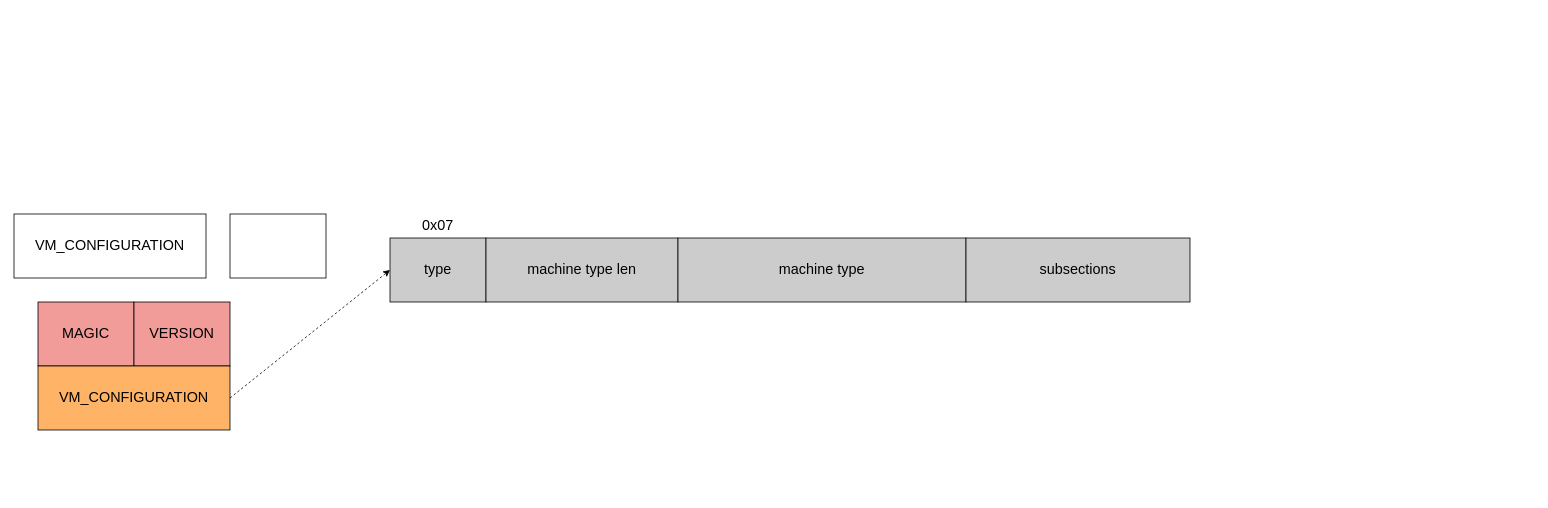
This is qemu-migration/vmstate.drawio from xuyizhe1999/drawio, a draw.io file, before an edit. Source tidied: cells renumbered, new cells numbered last; positions are measured from the earlier drawing's top-left corner, leaving out a move shared by most shapes. Both pictures are drawn from the tidied source at 80%, with x=0, y=0 at pixel (14, 214).
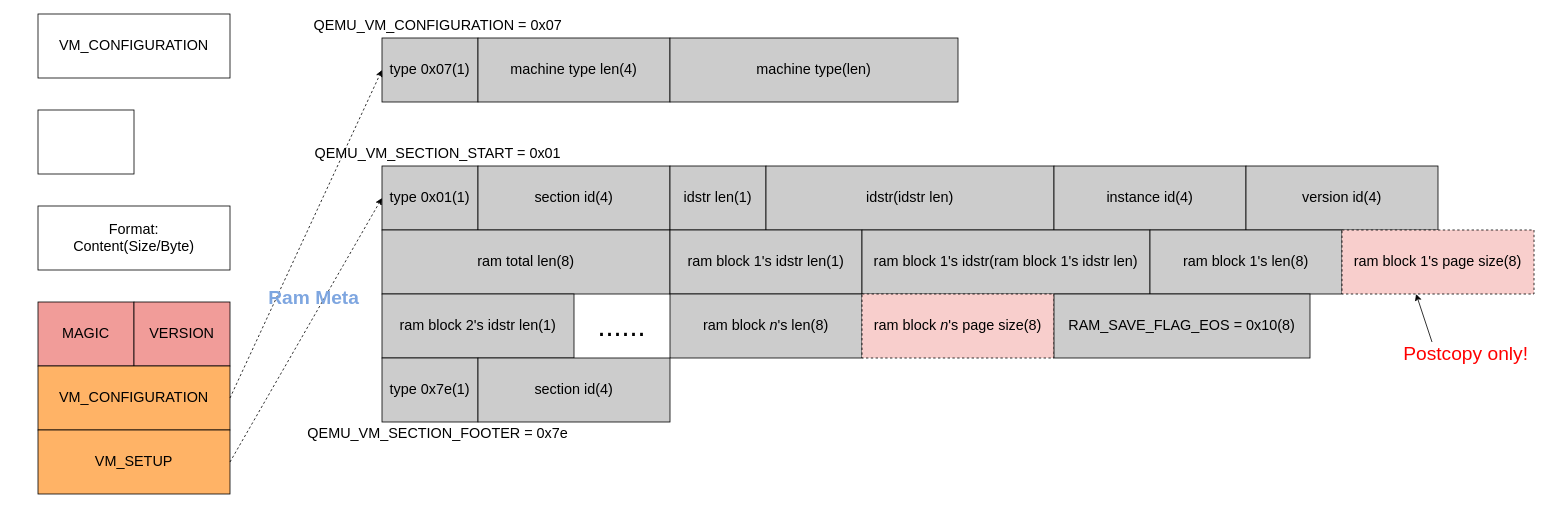
The same diagram, later.

Change to the diagram source:
```diff
@@
     <mxCell id="4" style="rounded=0;whiteSpace=wrap;html=1;" parent="1" vertex="1">
-      <mxGeometry x="270" width="120" height="80" as="geometry" />
+      <mxGeometry x="30" y="-130" width="120" height="80" as="geometry" />
     </mxCell>
@@
     <mxCell id="6" value="&lt;font style=&quot;font-size: 18px;&quot;&gt;VM_CONFIGURATION&lt;/font&gt;" style="rounded=0;whiteSpace=wrap;html=1;" parent="1" vertex="1">
-      <mxGeometry width="240" height="80" as="geometry" />
+      <mxGeometry x="30" y="-250" width="240" height="80" as="geometry" />
     </mxCell>
-    <mxCell id="7" value="type" style="rounded=0;whiteSpace=wrap;html=1;fontSize=18;fillColor=#CCCCCC;" parent="1" vertex="1">
-      <mxGeometry x="470" y="30" width="120" height="80" as="geometry" />
+    <mxCell id="7" value="type 0x07(1)" style="rounded=0;whiteSpace=wrap;html=1;fontSize=18;fillColor=#CCCCCC;" parent="1" vertex="1">
+      <mxGeometry x="460" y="-220" width="120" height="80" as="geometry" />
     </mxCell>
-    <mxCell id="8" value="0x07" style="text;html=1;strokeColor=none;fillColor=none;align=center;verticalAlign=middle;whiteSpace=wrap;rounded=0;fontSize=18;" parent="1" vertex="1">
-      <mxGeometry x="500" width="60" height="30" as="geometry" />
+    <mxCell id="8" value="QEMU_VM_CONFIGURATION = 0x07" style="text;html=1;strokeColor=none;fillColor=none;align=center;verticalAlign=middle;whiteSpace=wrap;rounded=0;fontSize=18;" parent="1" vertex="1">
+      <mxGeometry x="365" y="-250" width="330" height="30" as="geometry" />
     </mxCell>
-    <mxCell id="9" value="machine type len" style="rounded=0;whiteSpace=wrap;html=1;fontSize=18;fillColor=#CCCCCC;" parent="1" vertex="1">
-      <mxGeometry x="590" y="30" width="240" height="80" as="geometry" />
+    <mxCell id="9" value="machine type len(4)" style="rounded=0;whiteSpace=wrap;html=1;fontSize=18;fillColor=#CCCCCC;" parent="1" vertex="1">
+      <mxGeometry x="580" y="-220" width="240" height="80" as="geometry" />
     </mxCell>
-    <mxCell id="10" value="machine type" style="rounded=0;whiteSpace=wrap;html=1;fontSize=18;fillColor=#CCCCCC;" parent="1" vertex="1">
-      <mxGeometry x="830" y="30" width="360" height="80" as="geometry" />
+    <mxCell id="10" value="machine type(len)" style="rounded=0;whiteSpace=wrap;html=1;fontSize=18;fillColor=#CCCCCC;" parent="1" vertex="1">
+      <mxGeometry x="820" y="-220" width="360" height="80" as="geometry" />
     </mxCell>
-    <mxCell id="11" value="subsections" style="rounded=0;whiteSpace=wrap;html=1;fontSize=18;fillColor=#CCCCCC;" parent="1" vertex="1">
-      <mxGeometry x="1190" y="30" width="280" height="80" as="geometry" />
-    </mxCell>
@@
+    <mxCell id="13" value="&lt;font style=&quot;font-size: 18px;&quot;&gt;Format:&lt;br&gt;Content(Size/Byte)&lt;br&gt;&lt;/font&gt;" style="rounded=0;whiteSpace=wrap;html=1;" parent="1" vertex="1">
+      <mxGeometry x="30" y="-10" width="240" height="80" as="geometry" />
+    </mxCell>
+    <mxCell id="14" value="&lt;font style=&quot;font-size: 18px;&quot;&gt;VM_SETUP&lt;/font&gt;" style="rounded=0;whiteSpace=wrap;html=1;fillColor=#FFB366;" parent="1" vertex="1">
+      <mxGeometry x="30" y="270" width="240" height="80" as="geometry" />
+    </mxCell>
+    <mxCell id="15" value="type 0x01(1)" style="rounded=0;whiteSpace=wrap;html=1;fontSize=18;fillColor=#CCCCCC;" parent="1" vertex="1">
+      <mxGeometry x="460" y="-60" width="120" height="80" as="geometry" />
+    </mxCell>
+    <mxCell id="16" value="QEMU_VM_SECTION_START = 0x01" style="text;html=1;strokeColor=none;fillColor=none;align=center;verticalAlign=middle;whiteSpace=wrap;rounded=0;fontSize=18;" parent="1" vertex="1">
+      <mxGeometry x="360" y="-90" width="340" height="30" as="geometry" />
+    </mxCell>
+    <mxCell id="17" style="endArrow=classic;html=1;rounded=0;fontSize=18;entryX=0;entryY=0.5;entryDx=0;entryDy=0;dashed=1;exitX=1;exitY=0.5;exitDx=0;exitDy=0;" parent="1" edge="1" source="14" target="15">
+      <mxGeometry relative="1" as="geometry" />
+    </mxCell>
+    <mxCell id="18" value="section id(4)" style="rounded=0;whiteSpace=wrap;html=1;fontSize=18;fillColor=#CCCCCC;" parent="1" vertex="1">
+      <mxGeometry x="580" y="-60" width="240" height="80" as="geometry" />
+    </mxCell>
+    <mxCell id="19" value="idstr len(1)" style="rounded=0;whiteSpace=wrap;html=1;fontSize=18;fillColor=#CCCCCC;" parent="1" vertex="1">
+      <mxGeometry x="820" y="-60" width="120" height="80" as="geometry" />
+    </mxCell>
+    <mxCell id="20" value="idstr(idstr len)" style="rounded=0;whiteSpace=wrap;html=1;fontSize=18;fillColor=#CCCCCC;" parent="1" vertex="1">
+      <mxGeometry x="940" y="-60" width="360" height="80" as="geometry" />
+    </mxCell>
+    <mxCell id="21" value="instance id(4)" style="rounded=0;whiteSpace=wrap;html=1;fontSize=18;fillColor=#CCCCCC;" parent="1" vertex="1">
+      <mxGeometry x="1300" y="-60" width="240" height="80" as="geometry" />
+    </mxCell>
+    <mxCell id="22" value="version id(4)" style="rounded=0;whiteSpace=wrap;html=1;fontSize=18;fillColor=#CCCCCC;" parent="1" vertex="1">
+      <mxGeometry x="1540" y="-60" width="240" height="80" as="geometry" />
+    </mxCell>
+    <mxCell id="23" value="ram total len(8)" style="rounded=0;whiteSpace=wrap;html=1;fontSize=18;fillColor=#CCCCCC;" parent="1" vertex="1">
+      <mxGeometry x="460" y="20" width="360" height="80" as="geometry" />
+    </mxCell>
+    <mxCell id="24" value="&lt;b&gt;&lt;font style=&quot;font-size: 24px;&quot; color=&quot;#7ea6e0&quot;&gt;Ram Meta&lt;/font&gt;&lt;/b&gt;" style="text;html=1;strokeColor=none;fillColor=none;align=center;verticalAlign=middle;whiteSpace=wrap;rounded=0;fontSize=18;" parent="1" vertex="1">
+      <mxGeometry x="310" y="90" width="130" height="30" as="geometry" />
+    </mxCell>
+    <mxCell id="25" value="ram block 1's idstr len(1)" style="rounded=0;whiteSpace=wrap;html=1;fontSize=18;fillColor=#CCCCCC;" parent="1" vertex="1">
+      <mxGeometry x="820" y="20" width="240" height="80" as="geometry" />
+    </mxCell>
+    <mxCell id="26" value="ram block 1's idstr(ram block 1's idstr len)" style="rounded=0;whiteSpace=wrap;html=1;fontSize=18;fillColor=#CCCCCC;" parent="1" vertex="1">
+      <mxGeometry x="1060" y="20" width="360" height="80" as="geometry" />
+    </mxCell>
+    <mxCell id="27" value="ram block 1's len(8)" style="rounded=0;whiteSpace=wrap;html=1;fontSize=18;fillColor=#CCCCCC;" parent="1" vertex="1">
+      <mxGeometry x="1420" y="20" width="240" height="80" as="geometry" />
+    </mxCell>
+    <mxCell id="28" value="ram block 1's page size(8)" style="rounded=0;whiteSpace=wrap;html=1;fontSize=18;fillColor=#F8CECC;dashed=1;" parent="1" vertex="1">
+      <mxGeometry x="1660" y="20" width="240" height="80" as="geometry" />
+    </mxCell>
+    <mxCell id="29" value="&lt;font color=&quot;#ff0000&quot;&gt;Postcopy only!&lt;/font&gt;" style="text;html=1;strokeColor=none;fillColor=none;align=center;verticalAlign=middle;whiteSpace=wrap;rounded=0;fontSize=24;fontColor=#7EA6E0;" parent="1" vertex="1">
+      <mxGeometry x="1730" y="160" width="170" height="30" as="geometry" />
+    </mxCell>
+    <mxCell id="30" style="endArrow=classic;html=1;rounded=0;fontSize=24;fontColor=#FF0000;exitX=0.25;exitY=0;exitDx=0;exitDy=0;entryX=0.386;entryY=1;entryDx=0;entryDy=0;entryPerimeter=0;" parent="1" edge="1" source="29" target="28">
+      <mxGeometry relative="1" as="geometry" />
+    </mxCell>
+    <mxCell id="31" value="ram block 2's idstr len(1)" style="rounded=0;whiteSpace=wrap;html=1;fontSize=18;fillColor=#CCCCCC;" parent="1" vertex="1">
+      <mxGeometry x="460" y="100" width="240" height="80" as="geometry" />
+    </mxCell>
+    <mxCell id="32" value="&lt;font style=&quot;font-size: 36px;&quot; color=&quot;#000000&quot;&gt;......&lt;/font&gt;" style="text;html=1;strokeColor=none;fillColor=none;align=center;verticalAlign=middle;whiteSpace=wrap;rounded=0;fontSize=24;fontColor=#FF0000;" parent="1" vertex="1">
+      <mxGeometry x="730" y="125" width="60" height="30" as="geometry" />
+    </mxCell>
+    <mxCell id="33" value="ram block &lt;i&gt;n&lt;/i&gt;'s len(8)" style="rounded=0;whiteSpace=wrap;html=1;fontSize=18;fillColor=#CCCCCC;" parent="1" vertex="1">
+      <mxGeometry x="820" y="100" width="240" height="80" as="geometry" />
+    </mxCell>
+    <mxCell id="34" value="ram block &lt;i&gt;n&lt;/i&gt;'s page size(8)" style="rounded=0;whiteSpace=wrap;html=1;fontSize=18;fillColor=#F8CECC;dashed=1;" parent="1" vertex="1">
+      <mxGeometry x="1060" y="100" width="240" height="80" as="geometry" />
+    </mxCell>
+    <mxCell id="35" value="RAM_SAVE_FLAG_EOS = 0x10(8)" style="rounded=0;whiteSpace=wrap;html=1;fontSize=18;fillColor=#CCCCCC;" parent="1" vertex="1">
+      <mxGeometry x="1300" y="100" width="320" height="80" as="geometry" />
+    </mxCell>
+    <mxCell id="36" value="type 0x7e(1)" style="rounded=0;whiteSpace=wrap;html=1;fontSize=18;fillColor=#CCCCCC;" parent="1" vertex="1">
+      <mxGeometry x="460" y="180" width="120" height="80" as="geometry" />
+    </mxCell>
+    <mxCell id="37" value="QEMU_VM_SECTION_FOOTER = 0x7e" style="text;html=1;strokeColor=none;fillColor=none;align=center;verticalAlign=middle;whiteSpace=wrap;rounded=0;fontSize=18;" parent="1" vertex="1">
+      <mxGeometry x="360" y="260" width="340" height="30" as="geometry" />
+    </mxCell>
+    <mxCell id="38" value="section id(4)" style="rounded=0;whiteSpace=wrap;html=1;fontSize=18;fillColor=#CCCCCC;" parent="1" vertex="1">
+      <mxGeometry x="580" y="180" width="240" height="80" as="geometry" />
+    </mxCell>
```
